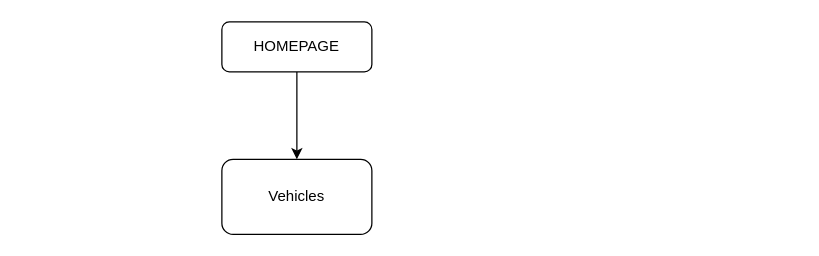
MelonBun8/AutoLineWebsite keeps this draw.io diagram as Untitled Diagram.drawio. Above is the earlier version. Source tidied: cells renumbered, new cells numbered last; positions are measured from the earlier drawing's top-left corner, leaving out a move shared by most shapes. Both pictures are drawn from the tidied source at 125%, with x=0, y=0 at pixel (221, 21).
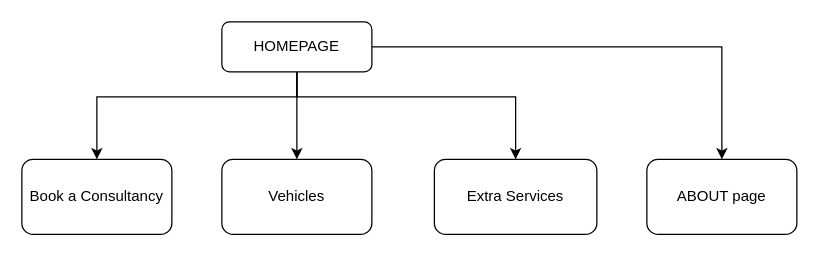
The same page after the edit.

Diff of the diagram source:
```diff
@@
 <mxGraphModel>
   <root>
     <mxCell id="0" />
     <mxCell id="1" parent="0" />
     <mxCell id="2" style="edgeStyle=orthogonalEdgeStyle;rounded=0;jettySize=auto;html=1;" parent="1" edge="1" source="3" target="4">
       <mxGeometry relative="1" as="geometry">
         <Array as="points">
           <mxPoint x="60" y="70" />
           <mxPoint x="60" y="70" />
         </Array>
       </mxGeometry>
     </mxCell>
+    <mxCell id="5" style="edgeStyle=orthogonalEdgeStyle;rounded=0;jettySize=auto;html=1;" parent="1" edge="1" source="3" target="8">
+      <mxGeometry relative="1" as="geometry">
+        <Array as="points">
+          <mxPoint x="60" y="60" />
+          <mxPoint x="-100" y="60" />
+        </Array>
+      </mxGeometry>
+    </mxCell>
+    <mxCell id="6" style="edgeStyle=orthogonalEdgeStyle;rounded=0;jettySize=auto;html=1;" parent="1" edge="1" source="3" target="9">
+      <mxGeometry relative="1" as="geometry">
+        <Array as="points">
+          <mxPoint x="60" y="60" />
+          <mxPoint x="235" y="60" />
+        </Array>
+      </mxGeometry>
+    </mxCell>
+    <mxCell id="7" style="edgeStyle=orthogonalEdgeStyle;rounded=0;jettySize=auto;html=1;" parent="1" edge="1" source="3" target="10">
+      <mxGeometry relative="1" as="geometry" />
+    </mxCell>
     <mxCell id="3" value="HOMEPAGE" style="rounded=1;whiteSpace=wrap;html=1;fontSize=12;glass=0;strokeWidth=1;shadow=0;" parent="1" vertex="1">
       <mxGeometry width="120" height="40" as="geometry" />
     </mxCell>
     <mxCell id="4" value="Vehicles" style="whiteSpace=wrap;html=1;rounded=1;glass=0;strokeWidth=1;shadow=0;" parent="1" vertex="1">
       <mxGeometry y="110" width="120" height="60" as="geometry" />
     </mxCell>
+    <mxCell id="8" value="Book a Consultancy" style="whiteSpace=wrap;html=1;rounded=1;glass=0;strokeWidth=1;shadow=0;" parent="1" vertex="1">
+      <mxGeometry x="-160" y="110" width="120" height="60" as="geometry" />
+    </mxCell>
+    <mxCell id="9" value="Extra Services" style="whiteSpace=wrap;html=1;rounded=1;glass=0;strokeWidth=1;shadow=0;" parent="1" vertex="1">
+      <mxGeometry x="170" y="110" width="130" height="60" as="geometry" />
+    </mxCell>
+    <mxCell id="10" value="ABOUT page" style="whiteSpace=wrap;html=1;rounded=1;glass=0;strokeWidth=1;shadow=0;" parent="1" vertex="1">
+      <mxGeometry x="340" y="110" width="120" height="60" as="geometry" />
+    </mxCell>
   </root>
 </mxGraphModel>
```
